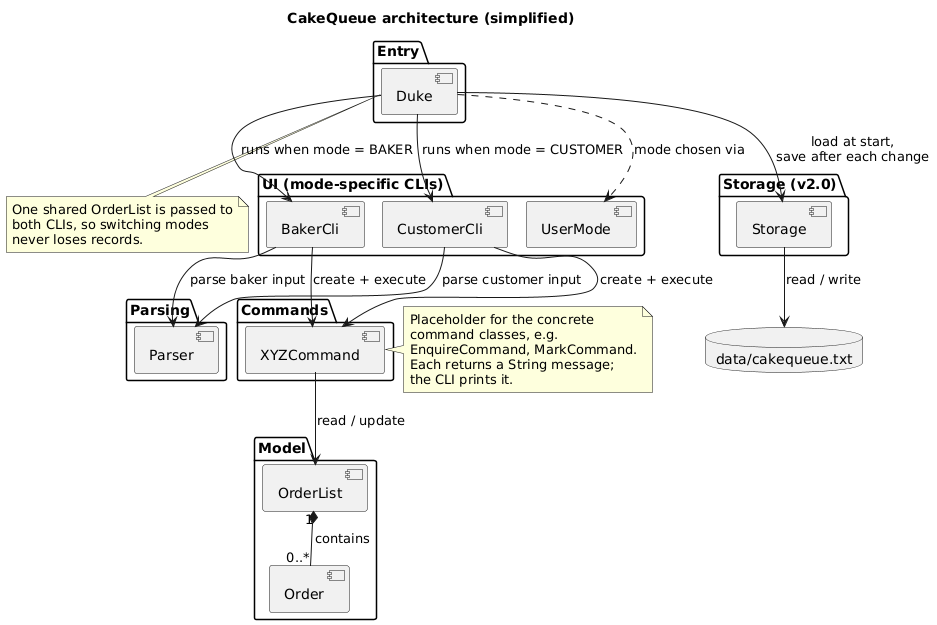
Above: docs/diagrams/rendered/ArchitectureDiagram.png in AY2627S1-CS2113-W12-1/tp (PlantUML), before the change. Its diagram source:
```plantuml
@startuml ArchitectureDiagram
!pragma layout smetana
title CakeQueue architecture (simplified)

package "Entry" {
  [Duke] as Duke
}
package "UI (mode-specific CLIs)" {
  [BakerCli] as Baker
  [CustomerCli] as Customer
  [UserMode] as Mode
}
package "Parsing" {
  [Parser] as Parser
}
package "Commands" {
  [XYZCommand] as Cmd
}
package "Model" {
  [OrderList] as List
  [Order] as Order
}
package "Storage (v2.0)" {
  [Storage] as Storage
}
database "data/cakequeue.txt" as File

Duke --> Baker : runs when mode = BAKER
Duke --> Customer : runs when mode = CUSTOMER
Duke ..> Mode : mode chosen via
Baker --> Parser : parse baker input
Customer --> Parser : parse customer input
Baker --> Cmd : create + execute
Customer --> Cmd : create + execute
Cmd --> List : read / update
List "1" *-- "0..*" Order : contains
Duke --> Storage : load at start,\nsave after each change
Storage --> File : read / write
note right of Cmd
  Placeholder for the concrete
  command classes, e.g.
  EnquireCommand, MarkCommand.
  Each returns a String message;
  the CLI prints it.
end note
note bottom of Duke
  One shared OrderList is passed to
  both CLIs, so switching modes
  never loses records.
end note
@enduml
```
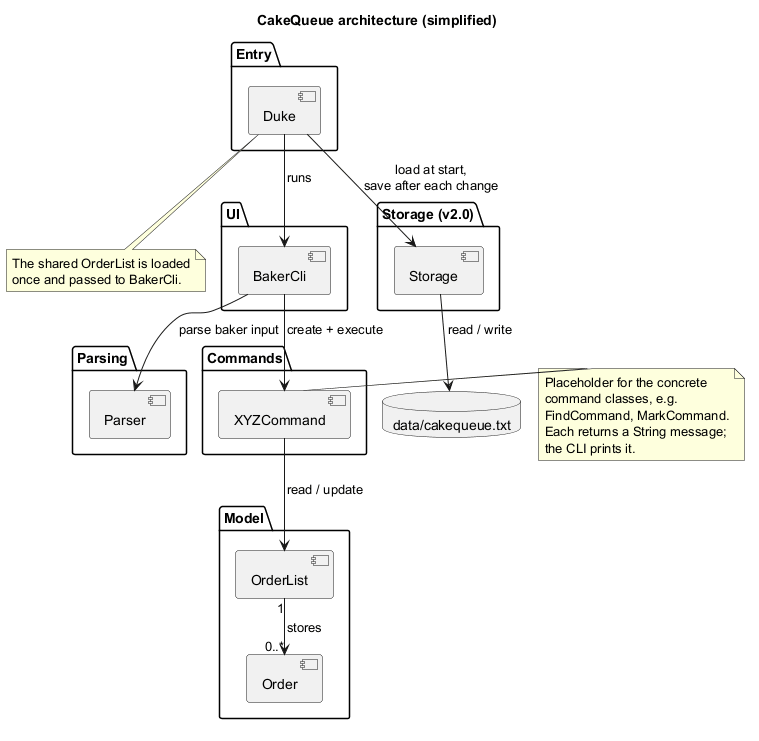
Above is the later version.

Change to the diagram source:
```diff
@@ -5,10 +5,8 @@
 package "Entry" {
   [Duke] as Duke
 }
-package "UI (mode-specific CLIs)" {
+package "UI" {
   [BakerCli] as Baker
-  [CustomerCli] as Customer
-  [UserMode] as Mode
 }
 package "Parsing" {
   [Parser] as Parser
@@ -25,27 +23,22 @@
 }
 database "data/cakequeue.txt" as File
 
-Duke --> Baker : runs when mode = BAKER
-Duke --> Customer : runs when mode = CUSTOMER
-Duke ..> Mode : mode chosen via
+Duke --> Baker : runs
 Baker --> Parser : parse baker input
-Customer --> Parser : parse customer input
 Baker --> Cmd : create + execute
-Customer --> Cmd : create + execute
 Cmd --> List : read / update
-List "1" *-- "0..*" Order : contains
+List "1" --> "0..*" Order : stores
 Duke --> Storage : load at start,\nsave after each change
 Storage --> File : read / write
 note right of Cmd
   Placeholder for the concrete
   command classes, e.g.
-  EnquireCommand, MarkCommand.
+  FindCommand, MarkCommand.
   Each returns a String message;
   the CLI prints it.
 end note
 note bottom of Duke
-  One shared OrderList is passed to
-  both CLIs, so switching modes
-  never loses records.
+  The shared OrderList is loaded
+  once and passed to BakerCli.
 end note
 @enduml
```
